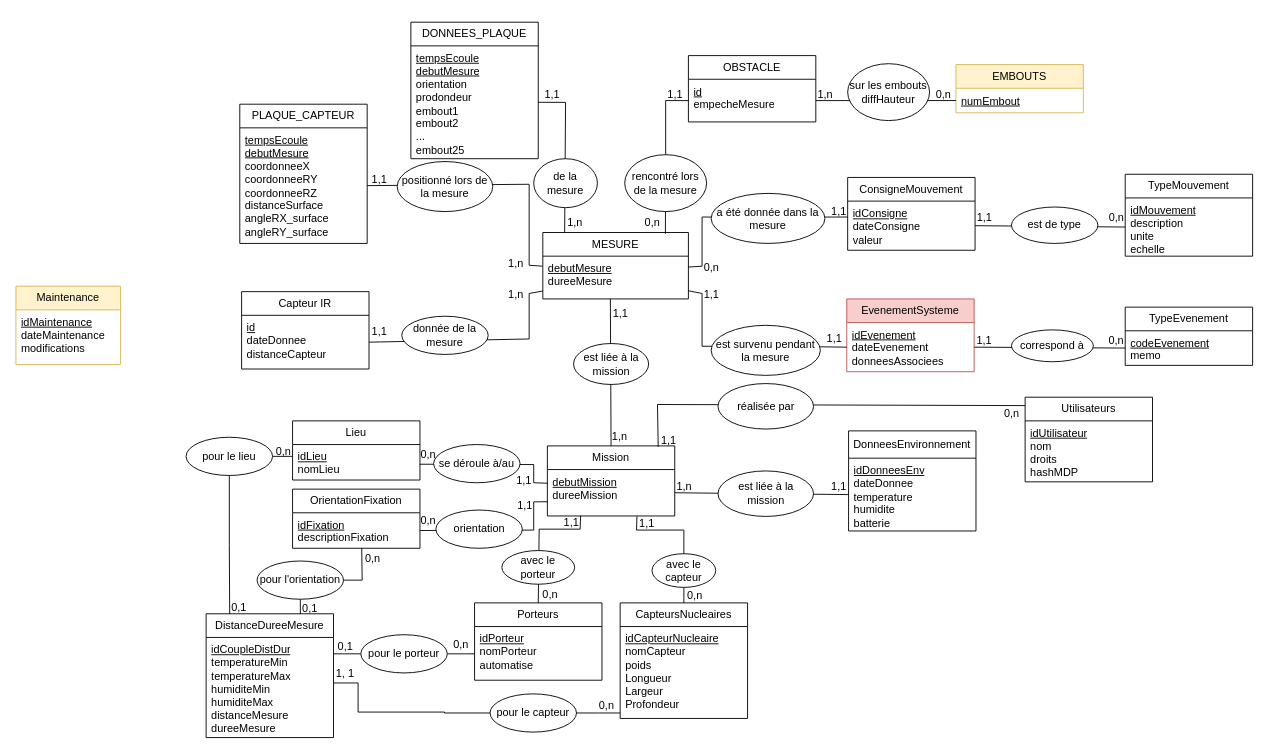
Earlier version of the draw.io diagram BDD/MEA XEMA.drawio (MomoFall/SPOC-INFORMATIQUE). Source tidied: cells renumbered, new cells numbered last; positions are measured from the earlier drawing's top-left corner, leaving out a move shared by most shapes. Both pictures are drawn from the tidied source at 91%, with x=0, y=0 at pixel (15, 22).
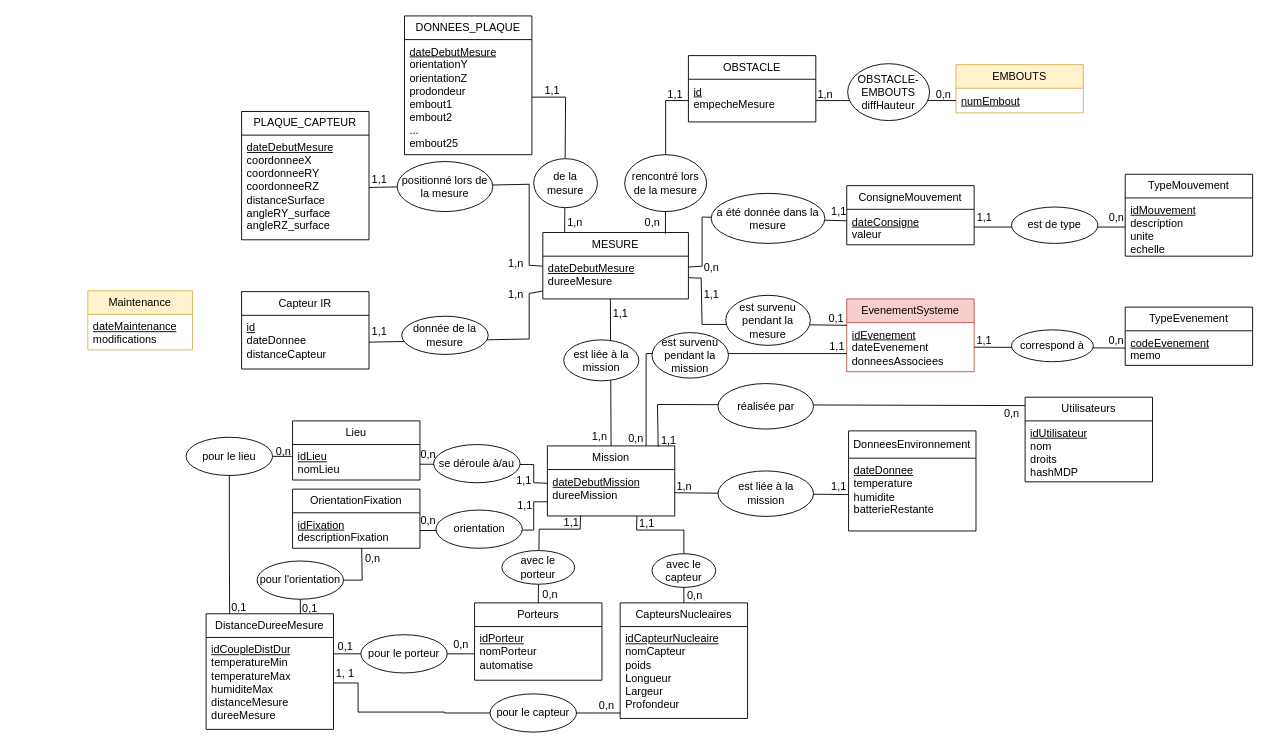
The same diagram, later.

Commit message:
MaJ des attributs, ajout liaison evenements systemes-mission

The change refers to these unchanged cells:
```xml
<mxCell id="2" value="MESURE" style="swimlane;fontStyle=0;horizontal=1;startSize=26;fillColor=none;whiteSpace=wrap;html=1;" parent="1" vertex="1">
  <mxGeometry x="579" y="231" width="160" height="73" as="geometry" />
</mxCell>
<mxCell id="8" value="DonneesEnvironnement" style="swimlane;fontStyle=0;horizontal=1;startSize=30;fillColor=none;whiteSpace=wrap;html=1;" parent="1" vertex="1">
  <mxGeometry x="915" y="449" width="140" height="110" as="geometry" />
</mxCell>
<mxCell id="18" value="EvenementSysteme" style="swimlane;fontStyle=0;horizontal=1;startSize=26;fillColor=#f8cecc;whiteSpace=wrap;html=1;strokeColor=#b85450;" parent="1" vertex="1">
  <mxGeometry x="913" y="304" width="140" height="80" as="geometry" />
</mxCell>
<mxCell id="19" value="&lt;u&gt;idEvenement&lt;/u&gt;&lt;div&gt;dateEvenement&lt;/div&gt;&lt;div&gt;donneesAssociees&lt;/div&gt;" style="text;strokeColor=none;fillColor=none;align=left;verticalAlign=top;spacingLeft=4;spacingRight=4;overflow=hidden;points=[[0,0.5],[1,0.5]];portConstraint=eastwest;whiteSpace=wrap;html=1;" parent="18" vertex="1">
  <mxGeometry y="26" width="140" height="54" as="geometry" />
</mxCell>
<mxCell id="20" value="Mission" style="swimlane;fontStyle=0;horizontal=1;startSize=26;fillColor=none;whiteSpace=wrap;html=1;" parent="1" vertex="1">
  <mxGeometry x="584" y="465.5" width="140" height="77" as="geometry" />
</mxCell>
```

Change to the diagram source:
```diff
@@
-    <mxCell id="3" value="&lt;div&gt;&lt;u&gt;debutMesure&lt;/u&gt;&lt;/div&gt;&lt;div&gt;dureeMesure&lt;/div&gt;" style="text;strokeColor=none;fillColor=none;align=left;verticalAlign=top;spacingLeft=4;spacingRight=4;overflow=hidden;points=[[0,0.5],[1,0.5]];portConstraint=eastwest;whiteSpace=wrap;html=1;" parent="2" vertex="1">
+    <mxCell id="3" value="&lt;div&gt;&lt;u&gt;dateDebutMesure&lt;/u&gt;&lt;/div&gt;&lt;div&gt;dureeMesure&lt;/div&gt;" style="text;strokeColor=none;fillColor=none;align=left;verticalAlign=top;spacingLeft=4;spacingRight=4;overflow=hidden;points=[[0,0.5],[1,0.5]];portConstraint=eastwest;whiteSpace=wrap;html=1;" parent="2" vertex="1">
       <mxGeometry y="26" width="160" height="47" as="geometry" />
     </mxCell>
     <mxCell id="4" value="PLAQUE_CAPTEUR" style="swimlane;fontStyle=0;horizontal=1;startSize=26;fillColor=none;whiteSpace=wrap;html=1;" parent="1" vertex="1">
-      <mxGeometry x="246" y="90" width="140" height="153" as="geometry" />
+      <mxGeometry x="248" y="98" width="140" height="141" as="geometry" />
     </mxCell>
-    <mxCell id="5" value="&lt;u&gt;tempsEcoule&lt;/u&gt;&lt;div&gt;&lt;u&gt;debutMesure&lt;br&gt;&lt;/u&gt;&lt;div&gt;&lt;div&gt;&lt;div&gt;coordonneeX&lt;/div&gt;&lt;/div&gt;&lt;div&gt;coordonneeRY&lt;/div&gt;&lt;div&gt;coordonneeRZ&lt;/div&gt;&lt;/div&gt;&lt;div&gt;distanceSurface&lt;/div&gt;&lt;div&gt;angleRX_surface&lt;/div&gt;&lt;div&gt;angleRY_surface&lt;/div&gt;&lt;/div&gt;" style="text;strokeColor=none;fillColor=none;align=left;verticalAlign=top;spacingLeft=4;spacingRight=4;overflow=hidden;points=[[0,0.5],[1,0.5]];portConstraint=eastwest;whiteSpace=wrap;html=1;" parent="4" vertex="1">
-      <mxGeometry y="26" width="140" height="127" as="geometry" />
+    <mxCell id="5" value="&lt;div&gt;&lt;u&gt;dateDebutMesure&lt;br&gt;&lt;/u&gt;&lt;div&gt;&lt;div&gt;&lt;div&gt;coordonneeX&lt;/div&gt;&lt;/div&gt;&lt;div&gt;coordonneeRY&lt;/div&gt;&lt;div&gt;coordonneeRZ&lt;/div&gt;&lt;/div&gt;&lt;div&gt;distanceSurface&lt;/div&gt;&lt;div&gt;angleRY_surface&lt;/div&gt;&lt;div&gt;angleRZ_surface&lt;/div&gt;&lt;/div&gt;" style="text;strokeColor=none;fillColor=none;align=left;verticalAlign=top;spacingLeft=4;spacingRight=4;overflow=hidden;points=[[0,0.5],[1,0.5]];portConstraint=eastwest;whiteSpace=wrap;html=1;" parent="4" vertex="1">
+      <mxGeometry y="26" width="140" height="115" as="geometry" />
     </mxCell>
@@
-    <mxCell id="9" value="&lt;u&gt;idDonneesEnv&lt;/u&gt;&lt;div&gt;&lt;div&gt;dateDonnee&lt;/div&gt;&lt;div&gt;temperature&lt;/div&gt;&lt;div&gt;humidite&lt;/div&gt;&lt;/div&gt;&lt;div&gt;batterie&lt;/div&gt;" style="text;strokeColor=none;fillColor=none;align=left;verticalAlign=top;spacingLeft=4;spacingRight=4;overflow=hidden;points=[[0,0.5],[1,0.5]];portConstraint=eastwest;whiteSpace=wrap;html=1;" parent="8" vertex="1">
+    <mxCell id="9" value="&lt;span style=&quot;background-color: transparent; color: light-dark(rgb(0, 0, 0), rgb(255, 255, 255));&quot;&gt;&lt;u&gt;dateDonnee&lt;/u&gt;&lt;/span&gt;&lt;div&gt;&lt;div&gt;temperature&lt;/div&gt;&lt;div&gt;humidite&lt;/div&gt;&lt;/div&gt;&lt;div&gt;batterieRestante&lt;/div&gt;" style="text;strokeColor=none;fillColor=none;align=left;verticalAlign=top;spacingLeft=4;spacingRight=4;overflow=hidden;points=[[0,0.5],[1,0.5]];portConstraint=eastwest;whiteSpace=wrap;html=1;" parent="8" vertex="1">
       <mxGeometry y="30" width="140" height="80" as="geometry" />
     </mxCell>
     <mxCell id="10" value="ConsigneMouvement" style="swimlane;fontStyle=0;horizontal=1;startSize=26;fillColor=none;whiteSpace=wrap;html=1;" parent="1" vertex="1">
-      <mxGeometry x="914" y="170.5" width="140" height="80" as="geometry" />
+      <mxGeometry x="913" y="179.5" width="140" height="65" as="geometry" />
     </mxCell>
-    <mxCell id="11" value="&lt;u style=&quot;&quot;&gt;idConsigne&lt;/u&gt;&lt;div&gt;&lt;div&gt;dateConsigne&lt;/div&gt;&lt;div&gt;valeur&lt;/div&gt;&lt;/div&gt;" style="text;strokeColor=none;fillColor=none;align=left;verticalAlign=top;spacingLeft=4;spacingRight=4;overflow=hidden;points=[[0,0.5],[1,0.5]];portConstraint=eastwest;whiteSpace=wrap;html=1;" parent="10" vertex="1">
-      <mxGeometry y="26" width="140" height="54" as="geometry" />
+    <mxCell id="11" value="&lt;div&gt;&lt;div&gt;&lt;u&gt;dateConsigne&lt;/u&gt;&lt;/div&gt;&lt;div&gt;valeur&lt;/div&gt;&lt;/div&gt;" style="text;strokeColor=none;fillColor=none;align=left;verticalAlign=top;spacingLeft=4;spacingRight=4;overflow=hidden;points=[[0,0.5],[1,0.5]];portConstraint=eastwest;whiteSpace=wrap;html=1;" parent="10" vertex="1">
+      <mxGeometry y="26" width="140" height="39" as="geometry" />
     </mxCell>
@@
-    <mxCell id="21" value="&lt;div&gt;&lt;u&gt;debutMission&lt;/u&gt;&lt;/div&gt;&lt;div&gt;dureeMission&lt;/div&gt;" style="text;strokeColor=none;fillColor=none;align=left;verticalAlign=top;spacingLeft=4;spacingRight=4;overflow=hidden;points=[[0,0.5],[1,0.5]];portConstraint=eastwest;whiteSpace=wrap;html=1;" parent="20" vertex="1">
+    <mxCell id="21" value="&lt;div&gt;&lt;u&gt;dateDebutMission&lt;/u&gt;&lt;/div&gt;&lt;div&gt;dureeMission&lt;/div&gt;" style="text;strokeColor=none;fillColor=none;align=left;verticalAlign=top;spacingLeft=4;spacingRight=4;overflow=hidden;points=[[0,0.5],[1,0.5]];portConstraint=eastwest;whiteSpace=wrap;html=1;" parent="20" vertex="1">
       <mxGeometry y="26" width="140" height="51" as="geometry" />
     </mxCell>
@@
     <mxCell id="26" value="DONNEES_PLAQUE" style="swimlane;fontStyle=0;horizontal=1;startSize=26;fillColor=none;whiteSpace=wrap;html=1;" parent="1" vertex="1">
-      <mxGeometry x="434" y="-0.1" width="140" height="150" as="geometry" />
+      <mxGeometry x="427" y="-7" width="140" height="152.5" as="geometry" />
     </mxCell>
-    <mxCell id="27" value="&lt;div&gt;&lt;u&gt;tempsEcoule&lt;/u&gt;&lt;/div&gt;&lt;div&gt;&lt;u&gt;debutMesure&lt;/u&gt;&lt;/div&gt;&lt;div&gt;orientation&lt;/div&gt;&lt;div&gt;prodondeur&lt;/div&gt;&lt;div&gt;embout1&lt;/div&gt;&lt;div&gt;embout2&lt;/div&gt;&lt;div&gt;...&lt;/div&gt;&lt;div&gt;embout25&lt;/div&gt;" style="text;strokeColor=none;fillColor=none;align=left;verticalAlign=top;spacingLeft=4;spacingRight=4;overflow=hidden;points=[[0,0.5],[1,0.5]];portConstraint=eastwest;whiteSpace=wrap;html=1;" parent="26" vertex="1">
-      <mxGeometry y="26" width="140" height="124" as="geometry" />
+    <mxCell id="27" value="&lt;div&gt;&lt;u style=&quot;background-color: transparent; color: light-dark(rgb(0, 0, 0), rgb(255, 255, 255));&quot;&gt;dateDebutMesure&lt;/u&gt;&lt;/div&gt;&lt;div&gt;orientationY&lt;/div&gt;&lt;div&gt;orientationZ&lt;/div&gt;&lt;div&gt;prodondeur&lt;/div&gt;&lt;div&gt;embout1&lt;/div&gt;&lt;div&gt;embout2&lt;/div&gt;&lt;div&gt;...&lt;/div&gt;&lt;div&gt;embout25&lt;/div&gt;" style="text;strokeColor=none;fillColor=none;align=left;verticalAlign=top;spacingLeft=4;spacingRight=4;overflow=hidden;points=[[0,0.5],[1,0.5]];portConstraint=eastwest;whiteSpace=wrap;html=1;" parent="26" vertex="1">
+      <mxGeometry y="26" width="140" height="126.5" as="geometry" />
     </mxCell>
@@
-    <mxCell id="34" style="rounded=0;jettySize=auto;html=1;exitX=1.001;exitY=0.81;exitDx=0;exitDy=0;endArrow=none;endFill=0;exitPerimeter=0;entryX=0;entryY=0.5;entryDx=0;entryDy=0;" parent="1" edge="1" source="3" target="19">
+    <mxCell id="34" style="rounded=0;jettySize=auto;html=1;exitX=1;exitY=0.5;exitDx=0;exitDy=0;endArrow=none;endFill=0;entryX=0;entryY=0.5;entryDx=0;entryDy=0;" parent="1" edge="1" source="3">
       <mxGeometry relative="1" as="geometry">
+        <mxPoint x="913" y="333" as="targetPoint" />
         <Array as="points">
-          <mxPoint x="754" y="298" />
-          <mxPoint x="754" y="356" />
-          <mxPoint x="839" y="356" />
+          <mxPoint x="746" y="281" />
+          <mxPoint x="753" y="281" />
+          <mxPoint x="754" y="332" />
+          <mxPoint x="839" y="332" />
         </Array>
       </mxGeometry>
     </mxCell>
     <mxCell id="35" value="est liée à la mission" style="ellipse;whiteSpace=wrap;html=1;" parent="1" vertex="1">
-      <mxGeometry x="612.8" y="353" width="82.5" height="45" as="geometry" />
+      <mxGeometry x="602" y="349" width="82.5" height="45" as="geometry" />
     </mxCell>
@@
     <mxCell id="37" value="est survenu pendant la mesure" style="ellipse;whiteSpace=wrap;html=1;" parent="1" vertex="1">
-      <mxGeometry x="764" y="333" width="120" height="55" as="geometry" />
+      <mxGeometry x="780" y="300" width="93" height="55" as="geometry" />
     </mxCell>
@@
-    <mxCell id="41" value="sur les embouts&lt;div&gt;diffHauteur&lt;/div&gt;" style="ellipse;whiteSpace=wrap;html=1;" parent="1" vertex="1">
+    <mxCell id="41" value="OBSTACLE-EMBOUTS&lt;br&gt;&lt;div&gt;diffHauteur&lt;/div&gt;" style="ellipse;whiteSpace=wrap;html=1;" parent="1" vertex="1">
       <mxGeometry x="914" y="45.5" width="90" height="62.5" as="geometry" />
     </mxCell>
@@
     <mxCell id="45" value="1,n" style="html=1;whiteSpace=wrap;align=right;verticalAlign=bottom;" parent="1" vertex="1">
-      <mxGeometry x="673" y="463" as="geometry" />
+      <mxGeometry x="651" y="464" as="geometry" />
     </mxCell>
@@
-    <mxCell id="51" value="1,1" style="html=1;whiteSpace=wrap;align=right;verticalAlign=bottom;" parent="1" vertex="1">
-      <mxGeometry x="909" y="355.5" as="geometry" />
+    <mxCell id="51" value="0,1" style="html=1;whiteSpace=wrap;align=right;verticalAlign=bottom;" parent="1" vertex="1">
+      <mxGeometry x="911" y="334" as="geometry" />
     </mxCell>
@@
     <mxCell id="60" style="rounded=0;jettySize=auto;html=1;exitX=0.15;exitY=0.003;exitDx=0;exitDy=0;endArrow=none;endFill=0;exitPerimeter=0;entryX=1;entryY=0.5;entryDx=0;entryDy=0;" parent="1" edge="1" source="2" target="27">
       <mxGeometry relative="1" as="geometry">
         <Array as="points">
-          <mxPoint x="604" y="88" />
+          <mxPoint x="604" y="82.2" />
         </Array>
       </mxGeometry>
     </mxCell>
@@
     <mxCell id="65" value="1,1" style="html=1;whiteSpace=wrap;align=right;verticalAlign=bottom;" parent="1" vertex="1">
-      <mxGeometry x="599" y="88" as="geometry" />
+      <mxGeometry x="599" y="83" as="geometry" />
     </mxCell>
@@
     <mxCell id="100" value="DistanceDureeMesure" style="swimlane;fontStyle=0;horizontal=1;startSize=26;fillColor=none;whiteSpace=wrap;html=1;" parent="1" vertex="1">
-      <mxGeometry x="209" y="650" width="140" height="136" as="geometry" />
+      <mxGeometry x="209" y="650" width="140" height="127" as="geometry" />
     </mxCell>
-    <mxCell id="101" value="&lt;u style=&quot;&quot;&gt;idCoupleDistDur&lt;/u&gt;&lt;div&gt;temperatureMin&lt;/div&gt;&lt;div&gt;temperatureMax&lt;/div&gt;&lt;div&gt;humiditeMin&lt;/div&gt;&lt;div&gt;humiditeMax&lt;/div&gt;&lt;div&gt;distanceMesure&lt;/div&gt;&lt;div&gt;dureeMesure&lt;/div&gt;" style="text;strokeColor=none;fillColor=none;align=left;verticalAlign=top;spacingLeft=4;spacingRight=4;overflow=hidden;whiteSpace=wrap;html=1;" parent="100" vertex="1">
-      <mxGeometry y="26" width="140" height="110" as="geometry" />
+    <mxCell id="101" value="&lt;u style=&quot;&quot;&gt;idCoupleDistDur&lt;/u&gt;&lt;div&gt;temperatureMin&lt;/div&gt;&lt;div&gt;temperatureMax&lt;/div&gt;&lt;div&gt;humiditeMax&lt;/div&gt;&lt;div&gt;distanceMesure&lt;/div&gt;&lt;div&gt;dureeMesure&lt;/div&gt;" style="text;strokeColor=none;fillColor=none;align=left;verticalAlign=top;spacingLeft=4;spacingRight=4;overflow=hidden;whiteSpace=wrap;html=1;" parent="100" vertex="1">
+      <mxGeometry y="26" width="140" height="101" as="geometry" />
     </mxCell>
@@
     <mxCell id="122" value="Maintenance" style="swimlane;fontStyle=0;horizontal=1;startSize=26;fillColor=#fff2cc;whiteSpace=wrap;html=1;strokeColor=#d6b656;" parent="1" vertex="1">
-      <mxGeometry y="290" width="115" height="86" as="geometry" />
+      <mxGeometry x="79" y="295" width="115" height="65" as="geometry" />
     </mxCell>
-    <mxCell id="123" value="&lt;u style=&quot;&quot;&gt;idMaintenance&lt;/u&gt;&lt;div&gt;dateMaintenance&lt;/div&gt;&lt;div&gt;modifications&lt;/div&gt;" style="text;strokeColor=none;fillColor=none;align=left;verticalAlign=top;spacingLeft=4;spacingRight=4;overflow=hidden;whiteSpace=wrap;html=1;" parent="122" vertex="1">
-      <mxGeometry y="26" width="115" height="60" as="geometry" />
+    <mxCell id="123" value="&lt;span style=&quot;background-color: transparent; color: light-dark(rgb(0, 0, 0), rgb(255, 255, 255));&quot;&gt;&lt;u&gt;dateMaintenance&lt;/u&gt;&lt;/span&gt;&lt;div&gt;modifications&lt;/div&gt;" style="text;strokeColor=none;fillColor=none;align=left;verticalAlign=top;spacingLeft=4;spacingRight=4;overflow=hidden;whiteSpace=wrap;html=1;" parent="122" vertex="1">
+      <mxGeometry y="26" width="115" height="39" as="geometry" />
     </mxCell>
+    <mxCell id="124" style="edgeStyle=orthogonalEdgeStyle;rounded=0;jettySize=auto;html=1;exitX=0;exitY=0.75;exitDx=0;exitDy=0;entryX=0.775;entryY=-0.001;entryDx=0;entryDy=0;entryPerimeter=0;endArrow=none;endFill=0;" parent="1" edge="1" source="18" target="20">
+      <mxGeometry relative="1" as="geometry" />
+    </mxCell>
+    <mxCell id="125" value="est survenu pendant la mission" style="ellipse;whiteSpace=wrap;html=1;" parent="1" vertex="1">
+      <mxGeometry x="699" y="341" width="84" height="50" as="geometry" />
+    </mxCell>
+    <mxCell id="126" value="1,1" style="html=1;whiteSpace=wrap;align=right;verticalAlign=bottom;" parent="1" vertex="1">
+      <mxGeometry x="912" y="365" as="geometry" />
+    </mxCell>
+    <mxCell id="127" value="0,n" style="html=1;whiteSpace=wrap;align=right;verticalAlign=bottom;" parent="1" vertex="1">
+      <mxGeometry x="691" y="465.5" as="geometry" />
+    </mxCell>
```
